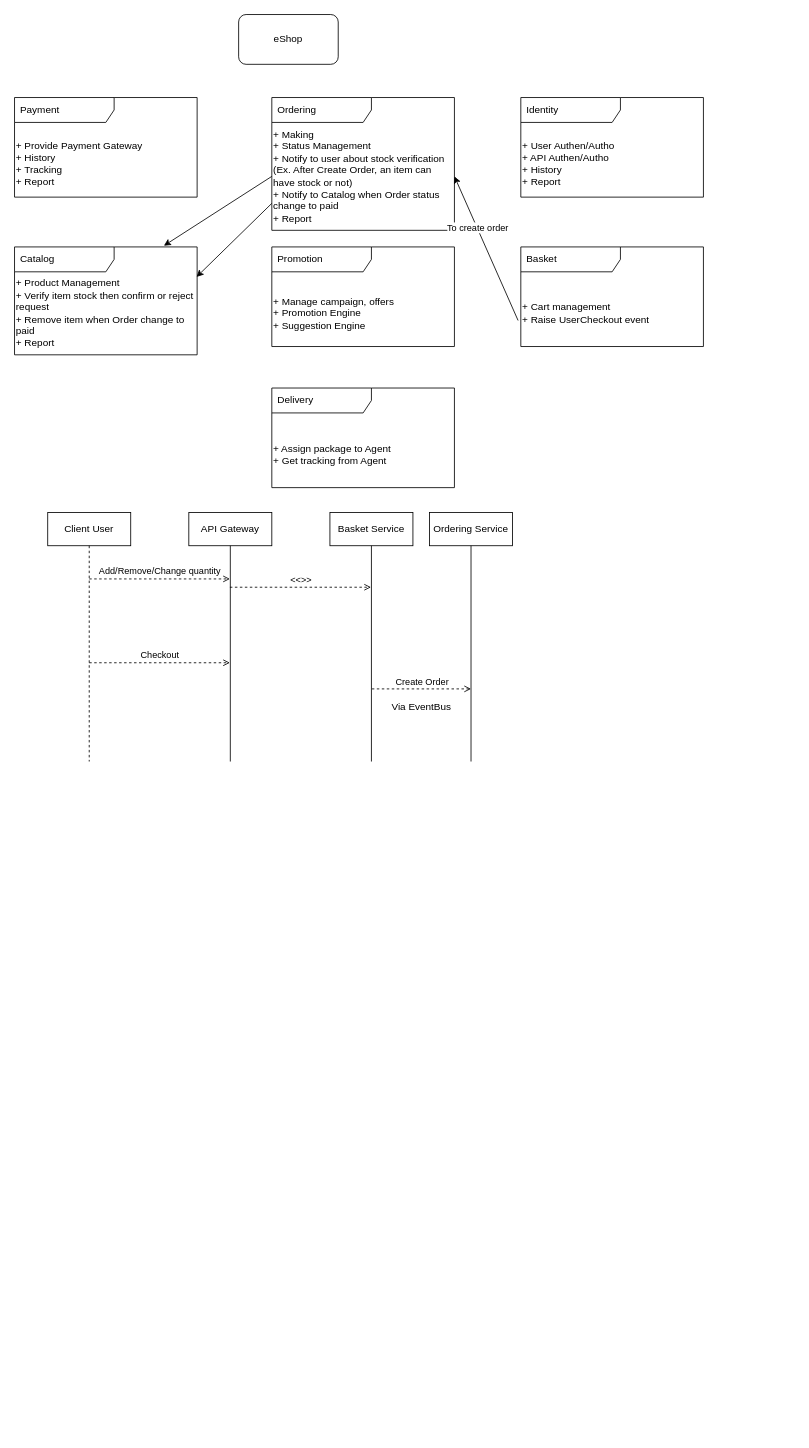
Before: page "Bounded Context" (1 of 2) of documents/DomainDrivenDesign.drawio in QuyenOrion/OrionEShopOnContainers, a draw.io diagram. Source tidied: cells renumbered, new cells numbered last; positions are measured from the earlier drawing's top-left corner, leaving out a move shared by most shapes. Both pictures are drawn from the tidied source at 83%, with x=0, y=0 at pixel (14, 14).
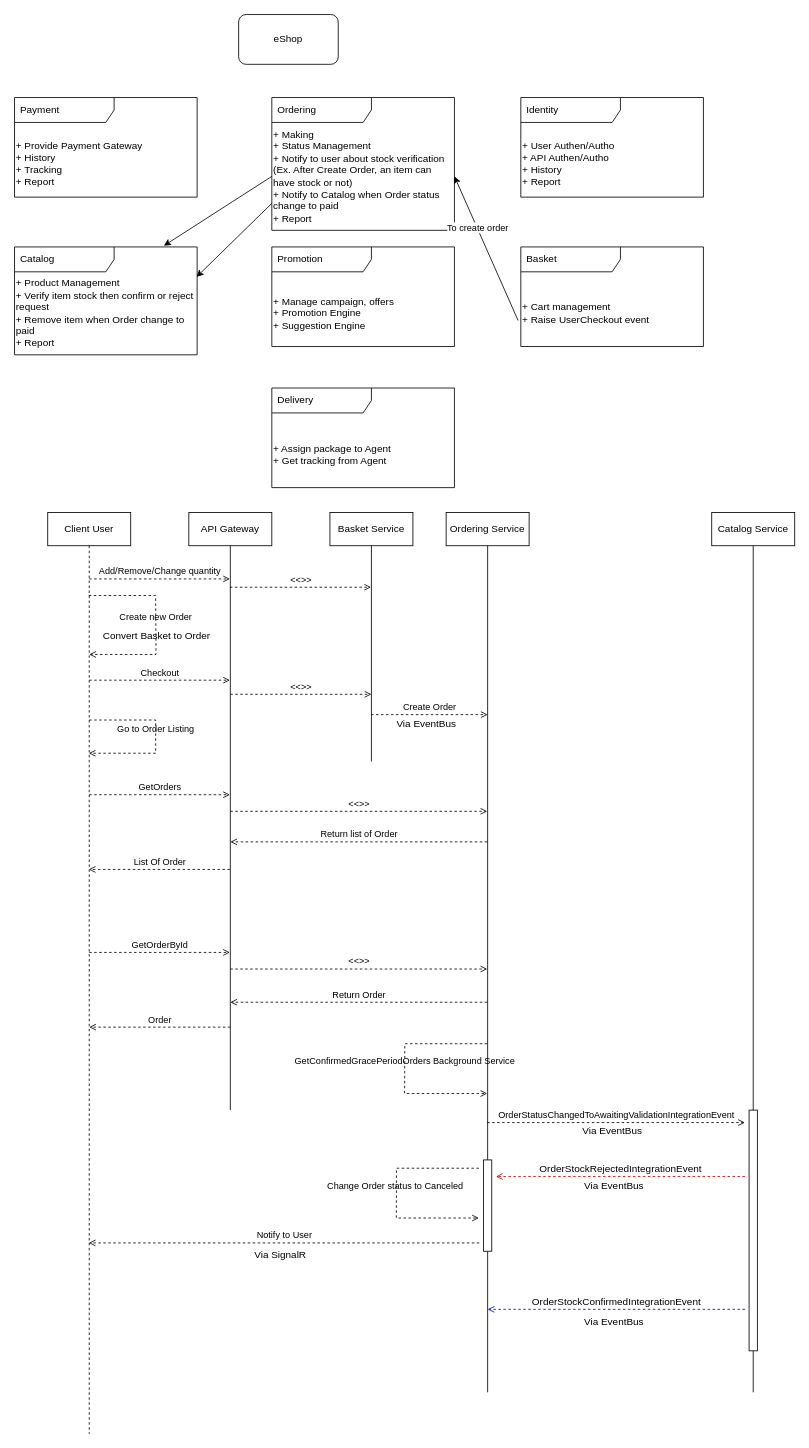
After the change.

Commit message (it also covers changes not shown here):
Create Order flow and Product validation rejected flow

Unchanged cells that the change refers to:
```xml
<mxCell id="24" value="Basket Service" style="shape=umlLifeline;perimeter=lifelinePerimeter;whiteSpace=wrap;html=1;lifelineDashed=0;" parent="1" vertex="1">
  <mxGeometry x="380" y="600" width="100" height="300" as="geometry" />
</mxCell>
```

What changed in the source:
```diff
@@
     <mxCell id="21" value="Client User" style="shape=umlLifeline;perimeter=lifelinePerimeter;whiteSpace=wrap;html=1;outlineConnect=0;" parent="1" vertex="1">
-      <mxGeometry x="40" y="600" width="100" height="300" as="geometry" />
+      <mxGeometry x="40" y="600" width="100" height="1110" as="geometry" />
     </mxCell>
-    <mxCell id="22" value="Checkout" style="html=1;verticalAlign=bottom;labelBackgroundColor=none;endArrow=open;endFill=0;dashed=1;" parent="21" edge="1" target="29">
+    <mxCell id="22" value="Checkout" style="html=1;verticalAlign=bottom;labelBackgroundColor=none;endArrow=open;endFill=0;dashed=1;" parent="21" edge="1">
       <mxGeometry relative="1" as="geometry">
-        <mxPoint x="50" y="181" as="sourcePoint" />
+        <mxPoint x="50" y="202" as="sourcePoint" />
+        <mxPoint x="219.5" y="202" as="targetPoint" />
       </mxGeometry>
     </mxCell>
@@
+    <mxCell id="30" value="Go to Order Listing" style="endArrow=open;html=1;rounded=0;align=center;verticalAlign=bottom;dashed=1;endFill=0;labelBackgroundColor=none;" parent="21" edge="1" target="21">
+      <mxGeometry relative="1" as="geometry">
+        <mxPoint x="50" y="250" as="sourcePoint" />
+        <Array as="points">
+          <mxPoint x="130" y="250" />
+          <mxPoint x="130" y="290" />
+        </Array>
+      </mxGeometry>
+    </mxCell>
@@
+    <mxCell id="31" value="&amp;lt;&amp;lt;&amp;gt;&amp;gt;" style="html=1;verticalAlign=bottom;labelBackgroundColor=none;endArrow=open;endFill=0;dashed=1;" parent="24" edge="1" target="26">
+      <mxGeometry relative="1" as="geometry">
+        <mxPoint x="-120" y="360" as="sourcePoint" />
+      </mxGeometry>
+    </mxCell>
     <mxCell id="26" value="Ordering Service" style="shape=umlLifeline;perimeter=lifelinePerimeter;whiteSpace=wrap;html=1;outlineConnect=0;lifelineDashed=0;" parent="1" vertex="1">
-      <mxGeometry x="500" y="600" width="100" height="300" as="geometry" />
+      <mxGeometry x="520" y="600" width="100" height="1060" as="geometry" />
     </mxCell>
     <mxCell id="27" value="Create Order" style="html=1;verticalAlign=bottom;labelBackgroundColor=none;endArrow=open;endFill=0;dashed=1;" parent="26" edge="1">
       <mxGeometry relative="1" as="geometry">
-        <mxPoint x="-69.5" y="212.5" as="sourcePoint" />
-        <mxPoint x="50" y="212.5" as="targetPoint" />
+        <mxPoint x="-90.5" y="243.5" as="sourcePoint" />
+        <mxPoint x="50" y="243.5" as="targetPoint" />
       </mxGeometry>
     </mxCell>
+    <mxCell id="32" style="html=1;perimeter=orthogonalPerimeter;" parent="26" vertex="1">
+      <mxGeometry x="45" y="780" width="10" height="110" as="geometry" />
+    </mxCell>
+    <mxCell id="29" value="API Gateway" style="shape=umlLifeline;perimeter=lifelinePerimeter;whiteSpace=wrap;html=1;outlineConnect=0;lifelineDashed=0;" parent="1" vertex="1">
+      <mxGeometry x="210" y="600" width="100" height="720" as="geometry" />
+    </mxCell>
+    <mxCell id="33" value="&amp;lt;&amp;lt;&amp;gt;&amp;gt;" style="html=1;verticalAlign=bottom;labelBackgroundColor=none;endArrow=open;endFill=0;dashed=1;" parent="1" edge="1">
+      <mxGeometry relative="1" as="geometry">
+        <mxPoint x="260" y="819" as="sourcePoint" />
+        <mxPoint x="430" y="819" as="targetPoint" />
+      </mxGeometry>
+    </mxCell>
+    <mxCell id="34" value="Catalog Service" style="shape=umlLifeline;perimeter=lifelinePerimeter;whiteSpace=wrap;html=1;lifelineDashed=0;" parent="1" vertex="1">
+      <mxGeometry x="840" y="600" width="100" height="1060" as="geometry" />
+    </mxCell>
+    <mxCell id="35" style="html=1;perimeter=orthogonalPerimeter;" parent="34" vertex="1">
+      <mxGeometry x="45" y="720" width="10" height="290" as="geometry" />
+    </mxCell>
-    <mxCell id="28" value="Via EventBus" style="text;html=1;align=center;verticalAlign=middle;strokeColor=none;fillColor=none;" parent="26" vertex="1">
-      <mxGeometry x="-60" y="220" width="100" height="30" as="geometry" />
+    <mxCell id="28" value="Via EventBus" style="text;html=1;align=center;verticalAlign=middle;strokeColor=none;fillColor=none;" parent="1" vertex="1">
+      <mxGeometry x="446" y="840" width="100" height="30" as="geometry" />
     </mxCell>
-    <mxCell id="29" value="API Gateway" style="shape=umlLifeline;perimeter=lifelinePerimeter;whiteSpace=wrap;html=1;outlineConnect=0;lifelineDashed=0;" parent="1" vertex="1">
-      <mxGeometry x="210" y="600" width="100" height="300" as="geometry" />
-    </mxCell>
+    <mxCell id="36" value="Create new Order" style="endArrow=open;html=1;rounded=0;align=center;verticalAlign=bottom;dashed=1;endFill=0;labelBackgroundColor=none;" parent="1" edge="1" source="21">
+      <mxGeometry relative="1" as="geometry">
+        <mxPoint x="90" y="771" as="targetPoint" />
+        <Array as="points">
+          <mxPoint x="170" y="700" />
+          <mxPoint x="170.5" y="771" />
+        </Array>
+      </mxGeometry>
+    </mxCell>
+    <mxCell id="37" value="Convert Basket to Order" style="html=1;align=center;verticalAlign=top;labelBackgroundColor=none;" parent="36" vertex="1">
+      <mxGeometry relative="1" as="geometry" />
+    </mxCell>
+    <mxCell id="38" value="GetOrders" style="html=1;verticalAlign=bottom;labelBackgroundColor=none;endArrow=open;endFill=0;dashed=1;" parent="1" edge="1">
+      <mxGeometry relative="1" as="geometry">
+        <mxPoint x="90" y="940" as="sourcePoint" />
+        <mxPoint x="259.5" y="940" as="targetPoint" />
+      </mxGeometry>
+    </mxCell>
+    <mxCell id="39" value="Return list of Order" style="html=1;verticalAlign=bottom;labelBackgroundColor=none;endArrow=open;endFill=0;dashed=1;entryX=0.5;entryY=0.908;entryDx=0;entryDy=0;entryPerimeter=0;" parent="1" edge="1">
+      <mxGeometry relative="1" as="geometry">
+        <mxPoint x="569.5" y="996.8" as="sourcePoint" />
+        <mxPoint x="260" y="996.8" as="targetPoint" />
+      </mxGeometry>
+    </mxCell>
+    <mxCell id="40" value="List Of Order" style="html=1;verticalAlign=bottom;labelBackgroundColor=none;endArrow=open;endFill=0;dashed=1;" parent="1" edge="1">
+      <mxGeometry relative="1" as="geometry">
+        <mxPoint x="259.5" y="1030" as="sourcePoint" />
+        <mxPoint x="89.5" y="1030" as="targetPoint" />
+      </mxGeometry>
+    </mxCell>
+    <mxCell id="41" value="GetConfirmedGracePeriodOrders Background Service" style="endArrow=open;html=1;rounded=0;align=center;verticalAlign=bottom;dashed=1;endFill=0;labelBackgroundColor=none;" parent="1" edge="1" source="26" target="26">
+      <mxGeometry relative="1" as="geometry">
+        <Array as="points">
+          <mxPoint x="470.2" y="1240" />
+          <mxPoint x="470" y="1300" />
+        </Array>
+      </mxGeometry>
+    </mxCell>
+    <mxCell id="42" value="GetOrderById" style="html=1;verticalAlign=bottom;labelBackgroundColor=none;endArrow=open;endFill=0;dashed=1;" parent="1" edge="1">
+      <mxGeometry relative="1" as="geometry">
+        <mxPoint x="90" y="1130" as="sourcePoint" />
+        <mxPoint x="259.5" y="1130" as="targetPoint" />
+      </mxGeometry>
+    </mxCell>
+    <mxCell id="43" value="&amp;lt;&amp;lt;&amp;gt;&amp;gt;" style="html=1;verticalAlign=bottom;labelBackgroundColor=none;endArrow=open;endFill=0;dashed=1;" parent="1" edge="1">
+      <mxGeometry relative="1" as="geometry">
+        <mxPoint x="260" y="1150" as="sourcePoint" />
+        <mxPoint x="569.5" y="1150" as="targetPoint" />
+      </mxGeometry>
+    </mxCell>
+    <mxCell id="44" value="Return Order" style="html=1;verticalAlign=bottom;labelBackgroundColor=none;endArrow=open;endFill=0;dashed=1;entryX=0.5;entryY=0.908;entryDx=0;entryDy=0;entryPerimeter=0;" parent="1" edge="1">
+      <mxGeometry relative="1" as="geometry">
+        <mxPoint x="569.5" y="1190" as="sourcePoint" />
+        <mxPoint x="260" y="1190" as="targetPoint" />
+      </mxGeometry>
+    </mxCell>
+    <mxCell id="45" value="Order" style="html=1;verticalAlign=bottom;labelBackgroundColor=none;endArrow=open;endFill=0;dashed=1;" parent="1" edge="1">
+      <mxGeometry relative="1" as="geometry">
+        <mxPoint x="260" y="1220" as="sourcePoint" />
+        <mxPoint x="90" y="1220" as="targetPoint" />
+      </mxGeometry>
+    </mxCell>
+    <mxCell id="46" value="Via EventBus" style="text;html=1;align=center;verticalAlign=middle;strokeColor=none;fillColor=none;" parent="1" vertex="1">
+      <mxGeometry x="670" y="1330" width="100" height="30" as="geometry" />
+    </mxCell>
+    <mxCell id="47" value="OrderStatusChangedToAwaitingValidationIntegrationEvent" style="html=1;verticalAlign=bottom;labelBackgroundColor=none;endArrow=open;endFill=0;dashed=1;" parent="1" edge="1">
+      <mxGeometry relative="1" as="geometry">
+        <mxPoint x="569.5" y="1335" as="sourcePoint" />
+        <mxPoint x="880" y="1335" as="targetPoint" />
+      </mxGeometry>
+    </mxCell>
+    <mxCell id="48" value="&lt;span style=&quot;font-size: 12px;&quot;&gt;OrderStockRejectedIntegrationEvent&lt;/span&gt;" style="html=1;verticalAlign=bottom;labelBackgroundColor=none;endArrow=open;endFill=0;dashed=1;strokeColor=#CC0000;" parent="1" edge="1">
+      <mxGeometry relative="1" as="geometry">
+        <mxPoint x="880" y="1400" as="sourcePoint" />
+        <mxPoint x="580" y="1400" as="targetPoint" />
+      </mxGeometry>
+    </mxCell>
+    <mxCell id="49" value="Via EventBus" style="text;html=1;align=center;verticalAlign=middle;strokeColor=none;fillColor=none;" parent="1" vertex="1">
+      <mxGeometry x="672" y="1397" width="100" height="30" as="geometry" />
+    </mxCell>
+    <mxCell id="50" value="&lt;span style=&quot;font-size: 12px;&quot;&gt;OrderStockConfirmedIntegrationEvent&lt;/span&gt;" style="html=1;verticalAlign=bottom;labelBackgroundColor=none;endArrow=open;endFill=0;dashed=1;entryX=0.5;entryY=0.908;entryDx=0;entryDy=0;entryPerimeter=0;strokeColor=#0000CC;" parent="1" edge="1">
+      <mxGeometry relative="1" as="geometry">
+        <mxPoint x="880" y="1560" as="sourcePoint" />
+        <mxPoint x="570" y="1560" as="targetPoint" />
+      </mxGeometry>
+    </mxCell>
+    <mxCell id="51" value="Via EventBus" style="text;html=1;align=center;verticalAlign=middle;strokeColor=none;fillColor=none;" parent="1" vertex="1">
+      <mxGeometry x="672" y="1560" width="100" height="30" as="geometry" />
+    </mxCell>
+    <mxCell id="52" value="Change Order status to Canceled&amp;nbsp;" style="endArrow=open;html=1;rounded=0;align=center;verticalAlign=bottom;dashed=1;endFill=0;labelBackgroundColor=none;" parent="1" edge="1">
+      <mxGeometry relative="1" as="geometry">
+        <mxPoint x="559.5" y="1390" as="sourcePoint" />
+        <mxPoint x="559.5" y="1450" as="targetPoint" />
+        <Array as="points">
+          <mxPoint x="460.2" y="1390" />
+          <mxPoint x="460" y="1450" />
+        </Array>
+      </mxGeometry>
+    </mxCell>
+    <mxCell id="53" value="Notify to User" style="html=1;verticalAlign=bottom;labelBackgroundColor=none;endArrow=open;endFill=0;dashed=1;" parent="1" edge="1" target="21">
+      <mxGeometry relative="1" as="geometry">
+        <mxPoint x="560" y="1480" as="sourcePoint" />
+      </mxGeometry>
+    </mxCell>
+    <mxCell id="54" value="Via SignalR" style="text;html=1;align=center;verticalAlign=middle;strokeColor=none;fillColor=none;" parent="1" vertex="1">
+      <mxGeometry x="275" y="1480" width="90" height="30" as="geometry" />
+    </mxCell>
```
